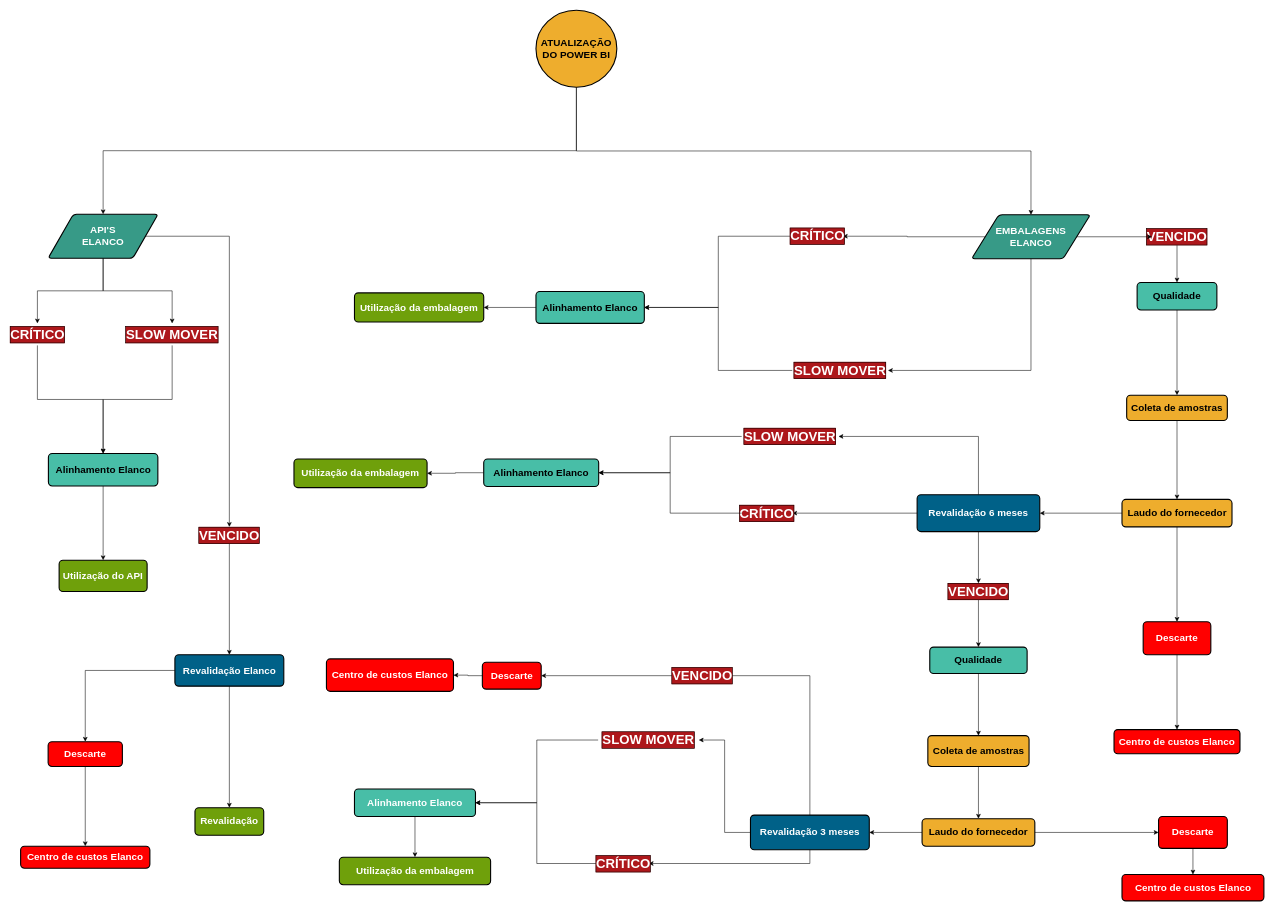
Earlier version of the draw.io diagram page "Elanco" (5 of 5) of Untitled Diagram.drawio (geovanafsantos/ascoisatudo). Source tidied: cells renumbered, new cells numbered last; positions are measured from the earlier drawing's top-left corner, leaving out a move shared by most shapes. Both pictures are drawn from the tidied source at 55%, with x=0, y=0 at pixel (12, 10).
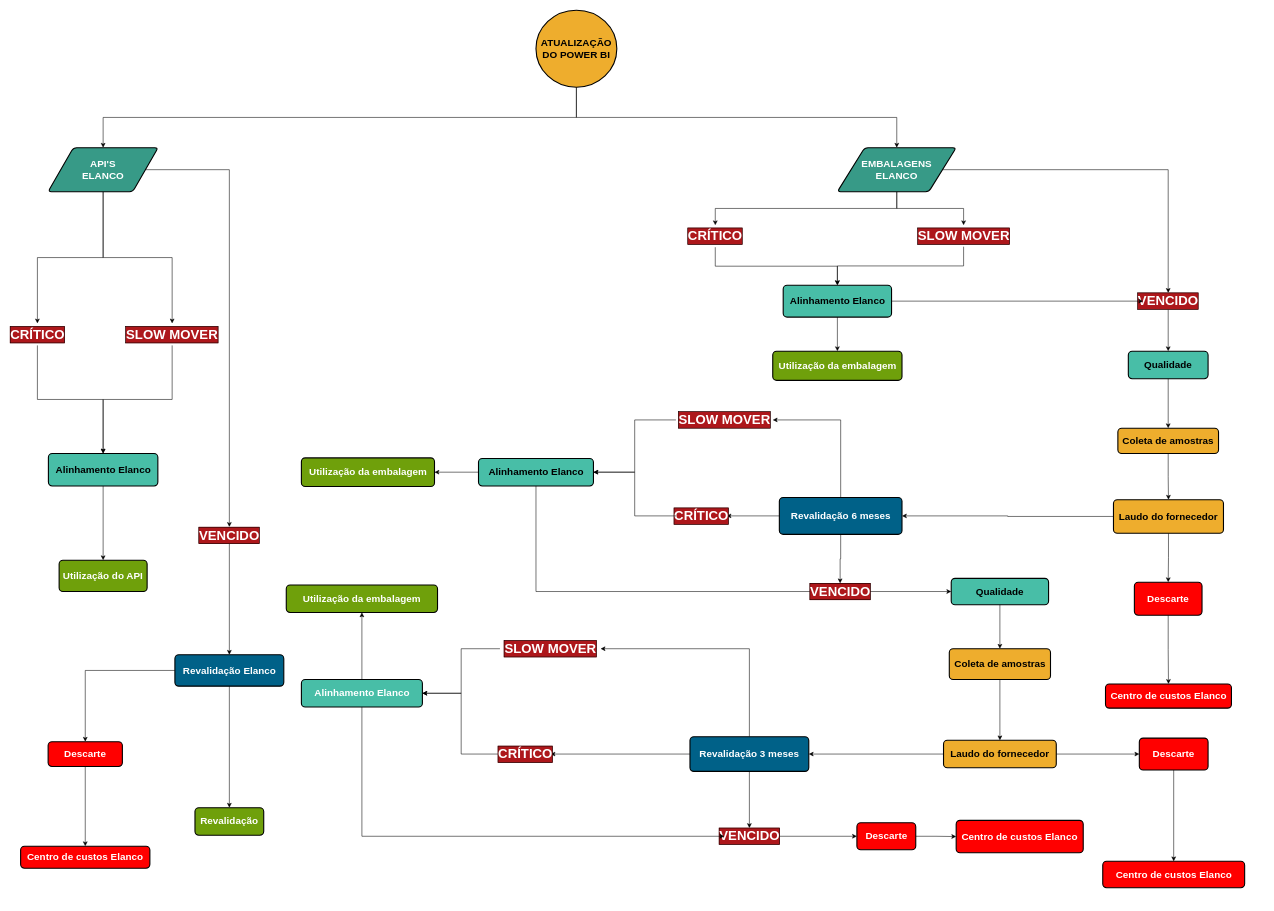
The same diagram, later.

Diff of the diagram source:
```diff
@@
-    <mxCell id="5" style="edgeStyle=orthogonalEdgeStyle;rounded=0;jettySize=auto;html=1;entryX=1;entryY=0.5;entryDx=0;entryDy=0;fontSize=22;fontColor=#FFFFFF;" parent="1" edge="1" source="7" target="25">
+    <mxCell id="5" style="edgeStyle=orthogonalEdgeStyle;rounded=0;jettySize=auto;html=1;entryX=0.5;entryY=0;entryDx=0;entryDy=0;fontSize=22;fontColor=#FFFFFF;exitX=0.5;exitY=1;exitDx=0;exitDy=0;" parent="1" edge="1" source="7" target="25">
       <mxGeometry relative="1" as="geometry" />
     </mxCell>
-    <mxCell id="6" style="edgeStyle=orthogonalEdgeStyle;rounded=0;jettySize=auto;html=1;entryX=1;entryY=0.5;entryDx=0;entryDy=0;fontSize=22;fontColor=#FFFFFF;exitX=0.5;exitY=1;exitDx=0;exitDy=0;" parent="1" edge="1" source="7" target="27">
+    <mxCell id="6" style="edgeStyle=orthogonalEdgeStyle;rounded=0;jettySize=auto;html=1;fontSize=22;fontColor=#FFFFFF;exitX=0.5;exitY=1;exitDx=0;exitDy=0;" parent="1" edge="1" source="7" target="27">
       <mxGeometry relative="1" as="geometry" />
     </mxCell>
     <mxCell id="7" value="&lt;font style=&quot;font-size: 18px;&quot;&gt;EMBALAGENS &lt;br style=&quot;font-size: 18px;&quot;&gt;ELANCO&lt;/font&gt;" style="shape=parallelogram;html=1;strokeWidth=2;perimeter=parallelogramPerimeter;whiteSpace=wrap;rounded=1;arcSize=12;size=0.23;fillColor=#379A87;fontSize=18;fontStyle=1;fontColor=#FFFFFF;" parent="1" vertex="1">
-      <mxGeometry x="1744" y="372" width="216" height="80" as="geometry" />
+      <mxGeometry x="1500" y="250" width="216" height="80" as="geometry" />
     </mxCell>
@@
     <mxCell id="23" value="&lt;font style=&quot;font-size: 18px;&quot;&gt;API'S&lt;br style=&quot;font-size: 18px;&quot;&gt;ELANCO&lt;/font&gt;" style="shape=parallelogram;html=1;strokeWidth=2;perimeter=parallelogramPerimeter;whiteSpace=wrap;rounded=1;arcSize=12;size=0.23;fillColor=#379A87;fontSize=18;fontStyle=1;fontColor=#FFFFFF;" parent="1" vertex="1">
-      <mxGeometry x="65" y="371" width="200" height="80" as="geometry" />
+      <mxGeometry x="65" y="250" width="200" height="80" as="geometry" />
     </mxCell>
-    <mxCell id="24" style="edgeStyle=orthogonalEdgeStyle;rounded=0;jettySize=auto;html=1;entryX=1;entryY=0.5;entryDx=0;entryDy=0;fontSize=14;exitX=0;exitY=0.5;exitDx=0;exitDy=0;fontStyle=1;" parent="1" edge="1" source="25" target="35">
+    <mxCell id="24" style="edgeStyle=orthogonalEdgeStyle;rounded=0;jettySize=auto;html=1;entryX=0.5;entryY=0;entryDx=0;entryDy=0;fontSize=14;exitX=0.5;exitY=1;exitDx=0;exitDy=0;fontStyle=1;" parent="1" edge="1" source="25" target="35">
       <mxGeometry relative="1" as="geometry" />
     </mxCell>
     <mxCell id="25" value="CRÍTICO" style="text;html=1;strokeColor=none;fillColor=none;align=center;verticalAlign=middle;whiteSpace=wrap;rounded=0;labelBackgroundColor=#AD171B;fontSize=24;labelBorderColor=#000000;fontStyle=1;fontColor=#FFFFFF;" parent="1" vertex="1">
-      <mxGeometry x="1418" y="391" width="92" height="40" as="geometry" />
+      <mxGeometry x="1232" y="391" width="92" height="40" as="geometry" />
     </mxCell>
-    <mxCell id="26" style="edgeStyle=orthogonalEdgeStyle;rounded=0;jettySize=auto;html=1;entryX=1;entryY=0.5;entryDx=0;entryDy=0;fontSize=22;fontColor=#FFFFFF;" parent="1" edge="1" source="27" target="35">
+    <mxCell id="26" style="edgeStyle=orthogonalEdgeStyle;rounded=0;jettySize=auto;html=1;entryX=0.5;entryY=0;entryDx=0;entryDy=0;fontSize=22;fontColor=#FFFFFF;exitX=0.5;exitY=1;exitDx=0;exitDy=0;" parent="1" edge="1" source="27" target="35">
       <mxGeometry relative="1" as="geometry" />
     </mxCell>
     <mxCell id="27" value="SLOW MOVER" style="text;html=1;strokeColor=none;fillColor=none;align=center;verticalAlign=middle;whiteSpace=wrap;rounded=0;labelBackgroundColor=#AD171B;fontSize=24;labelBorderColor=#000000;fontStyle=1;fontColor=#FFFFFF;" parent="1" vertex="1">
-      <mxGeometry x="1418" y="640" width="174" height="30" as="geometry" />
+      <mxGeometry x="1642.5" y="391" width="174" height="39" as="geometry" />
     </mxCell>
@@
     <mxCell id="29" value="VENCIDO" style="text;html=1;strokeColor=none;fillColor=none;align=center;verticalAlign=middle;whiteSpace=wrap;rounded=0;labelBackgroundColor=#AD171B;fontSize=24;labelBorderColor=#000000;fontStyle=1;fontColor=#FFFFFF;" parent="1" vertex="1">
-      <mxGeometry x="2072" y="397" width="91" height="30" as="geometry" />
+      <mxGeometry x="2056" y="514" width="91" height="30" as="geometry" />
     </mxCell>
-    <mxCell id="30" style="edgeStyle=orthogonalEdgeStyle;rounded=0;jettySize=auto;html=1;entryX=0;entryY=0.5;entryDx=0;entryDy=0;fontSize=14;exitX=1;exitY=0.5;exitDx=0;exitDy=0;fontStyle=1;" parent="1" edge="1" source="7" target="29">
+    <mxCell id="30" style="edgeStyle=orthogonalEdgeStyle;rounded=0;jettySize=auto;html=1;entryX=0.5;entryY=0;entryDx=0;entryDy=0;fontSize=14;exitX=1;exitY=0.5;exitDx=0;exitDy=0;fontStyle=1;" parent="1" edge="1" source="7" target="29">
       <mxGeometry relative="1" as="geometry" />
     </mxCell>
@@
-    <mxCell id="34" style="edgeStyle=orthogonalEdgeStyle;rounded=0;jettySize=auto;html=1;entryX=1;entryY=0.5;entryDx=0;entryDy=0;fontSize=14;fontStyle=1;" parent="1" edge="1" source="35" target="36">
+    <mxCell id="34" style="edgeStyle=orthogonalEdgeStyle;rounded=0;jettySize=auto;html=1;fontSize=18;fontColor=#FFFFFF;" parent="1" edge="1" source="35" target="36">
       <mxGeometry relative="1" as="geometry" />
     </mxCell>
     <mxCell id="35" value="&lt;font style=&quot;font-size: 18px;&quot;&gt;Alinhamento Elanco&lt;/font&gt;" style="rounded=1;whiteSpace=wrap;html=1;absoluteArcSize=1;arcSize=14;strokeWidth=2;labelBackgroundColor=none;fontSize=18;fillColor=#48BEA7;fontStyle=1;fontColor=#000000;" parent="1" vertex="1">
-      <mxGeometry x="952" y="511.5" width="197" height="58" as="geometry" />
+      <mxGeometry x="1401.5" y="500" width="197" height="58" as="geometry" />
     </mxCell>
+    <mxCell id="88" style="edgeStyle=orthogonalEdgeStyle;rounded=0;jettySize=auto;html=1;entryX=0;entryY=0.5;entryDx=0;entryDy=0;fontSize=18;fontColor=#FFFFFF;exitX=1;exitY=0.5;exitDx=0;exitDy=0;" parent="1" edge="1" source="35" target="29">
+      <mxGeometry relative="1" as="geometry" />
+    </mxCell>
     <mxCell id="36" value="&lt;font style=&quot;font-size: 18px;&quot;&gt;Utilização da embalagem&lt;/font&gt;" style="rounded=1;whiteSpace=wrap;html=1;absoluteArcSize=1;arcSize=14;strokeWidth=2;labelBackgroundColor=none;fontSize=18;fillColor=#6FA00B;fontStyle=1;fontColor=#FFFFFF;" parent="1" vertex="1">
-      <mxGeometry x="622" y="514" width="235" height="53" as="geometry" />
+      <mxGeometry x="1382.5" y="620" width="235" height="53" as="geometry" />
     </mxCell>
@@
     <mxCell id="38" value="Qualidade" style="rounded=1;whiteSpace=wrap;html=1;absoluteArcSize=1;arcSize=14;strokeWidth=2;labelBackgroundColor=none;fontSize=18;fillColor=#48BEA7;fontStyle=1;" parent="1" vertex="1">
-      <mxGeometry x="2045" y="495" width="145" height="50" as="geometry" />
+      <mxGeometry x="2029" y="620" width="145" height="50" as="geometry" />
     </mxCell>
@@
     <mxCell id="40" value="Coleta de amostras" style="rounded=1;whiteSpace=wrap;html=1;absoluteArcSize=1;arcSize=14;strokeWidth=2;labelBackgroundColor=none;fontSize=18;fillColor=#EEAD2D;fontStyle=1;" parent="1" vertex="1">
-      <mxGeometry x="2026" y="700" width="183" height="46" as="geometry" />
+      <mxGeometry x="2010" y="760" width="183" height="46" as="geometry" />
     </mxCell>
@@
     <mxCell id="43" value="Laudo do fornecedor" style="rounded=1;whiteSpace=wrap;html=1;absoluteArcSize=1;arcSize=14;strokeWidth=2;labelBackgroundColor=none;fontSize=18;fillColor=#EEAD2D;fontStyle=1;" parent="1" vertex="1">
-      <mxGeometry x="2017.5" y="889.5" width="200" height="50" as="geometry" />
+      <mxGeometry x="2002" y="890" width="200" height="61" as="geometry" />
     </mxCell>
@@
+    <mxCell id="46" style="edgeStyle=orthogonalEdgeStyle;rounded=0;jettySize=auto;html=1;entryX=1;entryY=0.5;entryDx=0;entryDy=0;fontSize=22;fontColor=#FFFFFF;exitX=0.5;exitY=0;exitDx=0;exitDy=0;" parent="1" edge="1" source="47" target="85">
+      <mxGeometry relative="1" as="geometry" />
+    </mxCell>
-    <mxCell id="45" style="edgeStyle=orthogonalEdgeStyle;rounded=0;jettySize=auto;html=1;entryX=0.5;entryY=0;entryDx=0;entryDy=0;fontSize=22;fontColor=#FFFFFF;" parent="1" edge="1" source="47" target="87">
+    <mxCell id="45" style="edgeStyle=orthogonalEdgeStyle;rounded=0;jettySize=auto;html=1;entryX=0.5;entryY=0;entryDx=0;entryDy=0;fontSize=18;fontColor=#FFFFFF;" parent="1" edge="1" source="47" target="87">
       <mxGeometry relative="1" as="geometry" />
     </mxCell>
-    <mxCell id="46" style="edgeStyle=orthogonalEdgeStyle;rounded=0;jettySize=auto;html=1;entryX=1;entryY=0.5;entryDx=0;entryDy=0;fontSize=22;fontColor=#FFFFFF;exitX=0.5;exitY=0;exitDx=0;exitDy=0;" parent="1" edge="1" source="47" target="85">
-      <mxGeometry relative="1" as="geometry" />
-    </mxCell>
     <mxCell id="47" value="&lt;font style=&quot;font-size: 18px;&quot;&gt;Revalidação 6 meses&lt;/font&gt;" style="rounded=1;whiteSpace=wrap;html=1;absoluteArcSize=1;arcSize=14;strokeWidth=2;labelBackgroundColor=none;fontSize=18;align=center;fillColor=#006188;fontStyle=1;fontColor=#FFFFFF;" parent="1" vertex="1">
-      <mxGeometry x="1645" y="881" width="223" height="67" as="geometry" />
+      <mxGeometry x="1394.5" y="886" width="223" height="67" as="geometry" />
     </mxCell>
@@
     <mxCell id="49" value="CRÍTICO" style="text;html=1;strokeColor=none;fillColor=none;align=center;verticalAlign=middle;whiteSpace=wrap;rounded=0;labelBackgroundColor=#AD171B;fontSize=24;labelBorderColor=#000000;fontStyle=1;fontColor=#FFFFFF;" parent="1" vertex="1">
-      <mxGeometry x="1326" y="894.5" width="92" height="40" as="geometry" />
+      <mxGeometry x="1206.5" y="899.5" width="92" height="40" as="geometry" />
     </mxCell>
@@
+    <mxCell id="89" style="edgeStyle=orthogonalEdgeStyle;rounded=0;jettySize=auto;html=1;entryX=0;entryY=0.5;entryDx=0;entryDy=0;fontSize=18;fontColor=#FFFFFF;exitX=0.5;exitY=1;exitDx=0;exitDy=0;" parent="1" edge="1" source="52" target="87">
+      <mxGeometry relative="1" as="geometry" />
+    </mxCell>
     <mxCell id="52" value="&lt;font style=&quot;font-size: 18px;&quot;&gt;Alinhamento Elanco&lt;/font&gt;" style="rounded=1;whiteSpace=wrap;html=1;absoluteArcSize=1;arcSize=14;strokeWidth=2;labelBackgroundColor=none;fontSize=18;fillColor=#48BEA7;fontStyle=1;" parent="1" vertex="1">
-      <mxGeometry x="857" y="816" width="209" height="50" as="geometry" />
+      <mxGeometry x="847.5" y="815" width="209" height="50" as="geometry" />
     </mxCell>
     <mxCell id="53" value="&lt;font style=&quot;font-size: 18px;&quot;&gt;Utilização da embalagem&lt;/font&gt;" style="rounded=1;whiteSpace=wrap;html=1;absoluteArcSize=1;arcSize=14;strokeWidth=2;labelBackgroundColor=none;fontSize=18;fillColor=#6FA00B;fontStyle=1;fontColor=#FFFFFF;" parent="1" vertex="1">
-      <mxGeometry x="512" y="816" width="242" height="52" as="geometry" />
+      <mxGeometry x="525.5" y="814" width="242" height="52" as="geometry" />
     </mxCell>
@@
     <mxCell id="55" value="Qualidade" style="rounded=1;whiteSpace=wrap;html=1;absoluteArcSize=1;arcSize=14;strokeWidth=2;labelBackgroundColor=none;fontSize=18;fillColor=#48BEA7;fontStyle=1;" parent="1" vertex="1">
-      <mxGeometry x="1668" y="1158" width="177" height="48" as="geometry" />
+      <mxGeometry x="1707" y="1033" width="177" height="48" as="geometry" />
     </mxCell>
@@
     <mxCell id="57" value="Coleta de amostras" style="rounded=1;whiteSpace=wrap;html=1;absoluteArcSize=1;arcSize=14;strokeWidth=2;labelBackgroundColor=none;fontSize=18;fillColor=#EEAD2D;fontStyle=1;" parent="1" vertex="1">
-      <mxGeometry x="1664.5" y="1319" width="184" height="56" as="geometry" />
+      <mxGeometry x="1703.5" y="1161" width="184" height="56" as="geometry" />
     </mxCell>
@@
     <mxCell id="60" value="Laudo do fornecedor" style="rounded=1;whiteSpace=wrap;html=1;absoluteArcSize=1;arcSize=14;strokeWidth=2;labelBackgroundColor=none;fontSize=18;fillColor=#EEAD2D;fontStyle=1;" parent="1" vertex="1">
-      <mxGeometry x="1654" y="1470" width="205" height="50" as="geometry" />
+      <mxGeometry x="1693" y="1327.5" width="205" height="50" as="geometry" />
     </mxCell>
     <mxCell id="61" value="&lt;font style=&quot;font-size: 18px;&quot;&gt;Centro de custos Elanco&lt;/font&gt;" style="rounded=1;whiteSpace=wrap;html=1;absoluteArcSize=1;arcSize=14;strokeWidth=2;labelBackgroundColor=none;fontSize=18;fillColor=#FF0000;fontStyle=1;fontColor=#FFFFFF;" parent="1" vertex="1">
-      <mxGeometry x="2017.5" y="1571.5" width="258" height="48" as="geometry" />
+      <mxGeometry x="1982.5" y="1547.5" width="258" height="48" as="geometry" />
     </mxCell>
-    <mxCell id="62" style="edgeStyle=orthogonalEdgeStyle;rounded=0;jettySize=auto;html=1;fontSize=14;fontStyle=1;exitX=0.5;exitY=1;exitDx=0;exitDy=0;entryX=1;entryY=0.5;entryDx=0;entryDy=0;" parent="1" edge="1" source="65" target="69">
-      <mxGeometry relative="1" as="geometry" />
-    </mxCell>
-    <mxCell id="63" style="edgeStyle=orthogonalEdgeStyle;rounded=0;jettySize=auto;html=1;entryX=1;entryY=0.5;entryDx=0;entryDy=0;fontSize=14;fontStyle=1;" parent="1" edge="1" source="65" target="71">
+    <mxCell id="63" style="edgeStyle=orthogonalEdgeStyle;rounded=0;jettySize=auto;html=1;entryX=1;entryY=0.5;entryDx=0;entryDy=0;fontSize=14;fontStyle=1;exitX=0.5;exitY=0;exitDx=0;exitDy=0;" parent="1" edge="1" source="65" target="71">
       <mxGeometry relative="1" as="geometry" />
     </mxCell>
-    <mxCell id="64" style="edgeStyle=orthogonalEdgeStyle;rounded=0;jettySize=auto;html=1;entryX=1;entryY=0.5;entryDx=0;entryDy=0;fontSize=14;fontStyle=1;exitX=0.5;exitY=0;exitDx=0;exitDy=0;" parent="1" edge="1" source="65" target="73">
+    <mxCell id="64" style="edgeStyle=orthogonalEdgeStyle;rounded=0;jettySize=auto;html=1;entryX=0.5;entryY=0;entryDx=0;entryDy=0;fontSize=14;fontStyle=1;exitX=0.5;exitY=1;exitDx=0;exitDy=0;" parent="1" edge="1" source="65" target="73">
       <mxGeometry relative="1" as="geometry" />
     </mxCell>
+    <mxCell id="62" style="edgeStyle=orthogonalEdgeStyle;rounded=0;jettySize=auto;html=1;entryX=1;entryY=0.5;entryDx=0;entryDy=0;fontSize=18;fontColor=#FFFFFF;" parent="1" edge="1" source="65" target="69">
+      <mxGeometry relative="1" as="geometry" />
+    </mxCell>
     <mxCell id="65" value="&lt;font style=&quot;font-size: 18px;&quot;&gt;Revalidação 3 meses&lt;/font&gt;" style="rounded=1;whiteSpace=wrap;html=1;absoluteArcSize=1;arcSize=14;strokeWidth=2;labelBackgroundColor=none;fontSize=18;align=center;fillColor=#006188;fontStyle=1;fontColor=#FFFFFF;" parent="1" vertex="1">
-      <mxGeometry x="1342" y="1463.5" width="216" height="63" as="geometry" />
+      <mxGeometry x="1232" y="1321" width="216" height="63" as="geometry" />
     </mxCell>
@@
     <mxCell id="67" value="&lt;font style=&quot;font-size: 18px;&quot;&gt;Descarte&lt;br style=&quot;font-size: 18px;&quot;&gt;&lt;/font&gt;" style="rounded=1;whiteSpace=wrap;html=1;absoluteArcSize=1;arcSize=14;strokeWidth=2;labelBackgroundColor=none;fontSize=18;align=center;fillColor=#FF0000;fontStyle=1;fontColor=#FFFFFF;" parent="1" vertex="1">
-      <mxGeometry x="2084" y="1466" width="125" height="58" as="geometry" />
+      <mxGeometry x="2049" y="1323.5" width="125" height="58" as="geometry" />
     </mxCell>
-    <mxCell id="68" style="edgeStyle=orthogonalEdgeStyle;rounded=0;jettySize=auto;html=1;entryX=1;entryY=0.5;entryDx=0;entryDy=0;fontSize=14;exitX=0;exitY=0.5;exitDx=0;exitDy=0;fontStyle=1;" parent="1" edge="1" source="69" target="75">
+    <mxCell id="68" style="edgeStyle=orthogonalEdgeStyle;rounded=0;jettySize=auto;html=1;entryX=1;entryY=0.5;entryDx=0;entryDy=0;fontSize=18;fontColor=#FFFFFF;" parent="1" edge="1" source="69" target="75">
       <mxGeometry relative="1" as="geometry" />
     </mxCell>
     <mxCell id="69" value="CRÍTICO" style="text;html=1;strokeColor=none;fillColor=none;align=center;verticalAlign=middle;whiteSpace=wrap;rounded=0;labelBackgroundColor=#AD171B;fontSize=24;labelBorderColor=#000000;fontStyle=1;fontColor=#FFFFFF;" parent="1" vertex="1">
-      <mxGeometry x="1065" y="1531.5" width="92" height="40" as="geometry" />
+      <mxGeometry x="886.5" y="1332.5" width="92" height="40" as="geometry" />
     </mxCell>
@@
     <mxCell id="71" value="SLOW MOVER" style="text;html=1;strokeColor=none;fillColor=none;align=center;verticalAlign=middle;whiteSpace=wrap;rounded=0;labelBackgroundColor=#AD171B;fontSize=24;labelBorderColor=#000000;fontStyle=1;fontColor=#FFFFFF;" parent="1" vertex="1">
-      <mxGeometry x="1065" y="1307" width="183" height="40" as="geometry" />
+      <mxGeometry x="886.5" y="1141" width="183" height="40" as="geometry" />
     </mxCell>
-    <mxCell id="72" style="edgeStyle=orthogonalEdgeStyle;rounded=0;jettySize=auto;html=1;entryX=1;entryY=0.5;entryDx=0;entryDy=0;fontSize=18;fontColor=#FFFFFF;" parent="1" edge="1" source="73" target="78">
+    <mxCell id="72" style="edgeStyle=orthogonalEdgeStyle;rounded=0;jettySize=auto;html=1;entryX=0;entryY=0.5;entryDx=0;entryDy=0;fontSize=18;fontColor=#FFFFFF;" parent="1" edge="1" source="73" target="78">
       <mxGeometry relative="1" as="geometry" />
     </mxCell>
     <mxCell id="73" value="VENCIDO" style="text;html=1;strokeColor=none;fillColor=none;align=center;verticalAlign=middle;whiteSpace=wrap;rounded=0;labelBackgroundColor=#AD171B;fontSize=24;labelBorderColor=#000000;fontStyle=1;fontColor=#FFFFFF;" parent="1" vertex="1">
-      <mxGeometry x="1208.5" y="1195" width="91" height="30" as="geometry" />
+      <mxGeometry x="1294.5" y="1487" width="91" height="30" as="geometry" />
     </mxCell>
+    <mxCell id="90" style="edgeStyle=orthogonalEdgeStyle;rounded=0;jettySize=auto;html=1;entryX=0;entryY=0.5;entryDx=0;entryDy=0;fontSize=18;fontColor=#FFFFFF;exitX=0.5;exitY=1;exitDx=0;exitDy=0;" parent="1" edge="1" source="75" target="73">
+      <mxGeometry relative="1" as="geometry" />
+    </mxCell>
-    <mxCell id="74" style="edgeStyle=orthogonalEdgeStyle;rounded=0;jettySize=auto;html=1;entryX=0.5;entryY=0;entryDx=0;entryDy=0;fontSize=14;fontStyle=1;" parent="1" edge="1" source="75" target="76">
+    <mxCell id="74" style="edgeStyle=orthogonalEdgeStyle;rounded=0;jettySize=auto;html=1;entryX=0.5;entryY=1;entryDx=0;entryDy=0;fontSize=18;fontColor=#FFFFFF;" parent="1" edge="1" source="75" target="76">
       <mxGeometry relative="1" as="geometry" />
     </mxCell>
     <mxCell id="75" value="&lt;font style=&quot;font-size: 18px;&quot;&gt;Alinhamento Elanco&lt;/font&gt;" style="rounded=1;whiteSpace=wrap;html=1;absoluteArcSize=1;arcSize=14;strokeWidth=2;labelBackgroundColor=none;fontSize=18;fillColor=#48BEA7;fontStyle=1;fontColor=#FFFFFF;" parent="1" vertex="1">
-      <mxGeometry x="622" y="1416" width="220" height="50" as="geometry" />
+      <mxGeometry x="525.5" y="1217" width="220" height="50" as="geometry" />
     </mxCell>
     <mxCell id="76" value="&lt;font style=&quot;font-size: 18px;&quot;&gt;Utilização da embalagem&lt;/font&gt;" style="rounded=1;whiteSpace=wrap;html=1;absoluteArcSize=1;arcSize=14;strokeWidth=2;labelBackgroundColor=none;fontSize=18;fillColor=#6FA00B;fontStyle=1;fontColor=#FFFFFF;" parent="1" vertex="1">
-      <mxGeometry x="594.5" y="1540" width="275" height="50" as="geometry" />
+      <mxGeometry x="498" y="1045" width="275" height="50" as="geometry" />
     </mxCell>
-    <mxCell id="77" style="edgeStyle=orthogonalEdgeStyle;rounded=0;jettySize=auto;html=1;fontSize=18;fontColor=#FFFFFF;exitX=0;exitY=0.5;exitDx=0;exitDy=0;" parent="1" edge="1" source="78" target="79">
+    <mxCell id="77" style="edgeStyle=orthogonalEdgeStyle;rounded=0;jettySize=auto;html=1;entryX=0;entryY=0.5;entryDx=0;entryDy=0;fontSize=18;fontColor=#FFFFFF;" parent="1" edge="1" source="78" target="79">
       <mxGeometry relative="1" as="geometry" />
     </mxCell>
     <mxCell id="78" value="&lt;font style=&quot;font-size: 18px;&quot;&gt;Descarte&lt;br style=&quot;font-size: 18px;&quot;&gt;&lt;/font&gt;" style="rounded=1;whiteSpace=wrap;html=1;absoluteArcSize=1;arcSize=14;strokeWidth=2;labelBackgroundColor=none;fontSize=18;align=center;fillColor=#FF0000;fontStyle=1;fontColor=#FFFFFF;" parent="1" vertex="1">
-      <mxGeometry x="854.5" y="1185.5" width="107" height="49" as="geometry" />
+      <mxGeometry x="1535.5" y="1477.5" width="107" height="49" as="geometry" />
     </mxCell>
     <mxCell id="79" value="&lt;font style=&quot;font-size: 18px;&quot;&gt;Centro de custos Elanco&lt;/font&gt;" style="rounded=1;whiteSpace=wrap;html=1;absoluteArcSize=1;arcSize=14;strokeWidth=2;labelBackgroundColor=none;fontSize=18;fillColor=#FF0000;fontStyle=1;fontColor=#FFFFFF;" parent="1" vertex="1">
-      <mxGeometry x="571" y="1179.5" width="231" height="59" as="geometry" />
+      <mxGeometry x="1716" y="1473" width="231" height="59" as="geometry" />
     </mxCell>
@@
     <mxCell id="81" value="&lt;font style=&quot;font-size: 18px;&quot;&gt;Centro de custos Elanco&lt;/font&gt;" style="rounded=1;whiteSpace=wrap;html=1;absoluteArcSize=1;arcSize=14;strokeWidth=2;labelBackgroundColor=none;fontSize=18;fillColor=#FF0000;fontStyle=1;fontColor=#FFFFFF;" parent="1" vertex="1">
-      <mxGeometry x="2003" y="1308" width="229" height="44" as="geometry" />
+      <mxGeometry x="1987.5" y="1225" width="229" height="44" as="geometry" />
     </mxCell>
@@
     <mxCell id="83" value="&lt;font style=&quot;font-size: 18px;&quot;&gt;Descarte&lt;br style=&quot;font-size: 18px;&quot;&gt;&lt;/font&gt;" style="rounded=1;whiteSpace=wrap;html=1;absoluteArcSize=1;arcSize=14;strokeWidth=2;labelBackgroundColor=none;fontSize=18;align=center;fillColor=#FF0000;fontStyle=1;fontColor=#FFFFFF;" parent="1" vertex="1">
-      <mxGeometry x="2056" y="1112" width="123" height="60" as="geometry" />
+      <mxGeometry x="2040" y="1040" width="123" height="60" as="geometry" />
     </mxCell>
@@
     <mxCell id="85" value="SLOW MOVER" style="text;html=1;strokeColor=none;fillColor=none;align=center;verticalAlign=middle;whiteSpace=wrap;rounded=0;labelBackgroundColor=#AD171B;fontSize=24;labelBorderColor=#000000;fontStyle=1;fontColor=#FFFFFF;" parent="1" vertex="1">
-      <mxGeometry x="1326" y="760" width="176" height="30" as="geometry" />
+      <mxGeometry x="1206.5" y="730" width="176" height="30" as="geometry" />
     </mxCell>
@@
     <mxCell id="87" value="VENCIDO" style="text;html=1;strokeColor=none;fillColor=none;align=center;verticalAlign=middle;whiteSpace=wrap;rounded=0;labelBackgroundColor=#AD171B;fontSize=24;labelBorderColor=#000000;fontStyle=1;fontColor=#FFFFFF;" parent="1" vertex="1">
-      <mxGeometry x="1711" y="1042" width="91" height="30" as="geometry" />
+      <mxGeometry x="1459.5" y="1042" width="91" height="30" as="geometry" />
     </mxCell>
```
